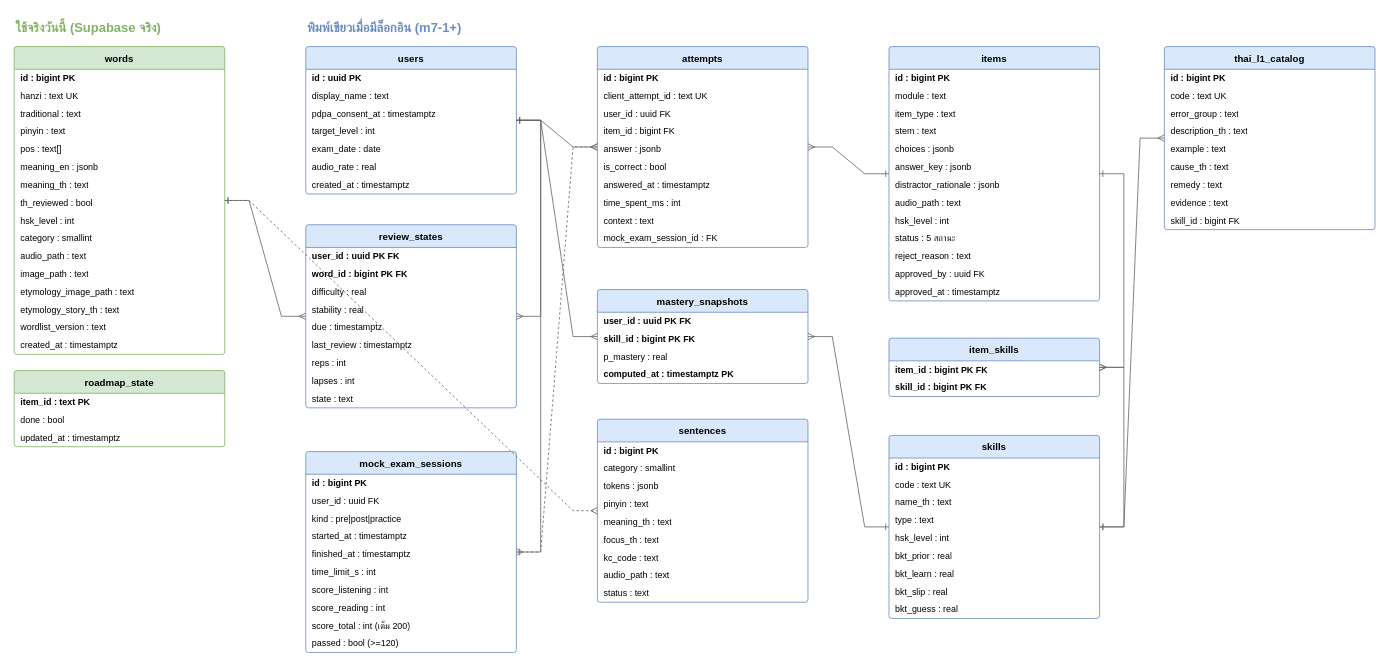
Above: docs/08_สเปค-พัฒนา/ER-星航.drawio in barbon441/Intelligent-Chinese-Tutoring-System-for-Thai-Learners (draw.io), before the change. Source tidied: cells renumbered, new cells numbered last; positions are measured from the earlier drawing's top-left corner, leaving out a move shared by most shapes. Both pictures are drawn from the tidied source at 81%, with x=0, y=0 at pixel (14, 14).
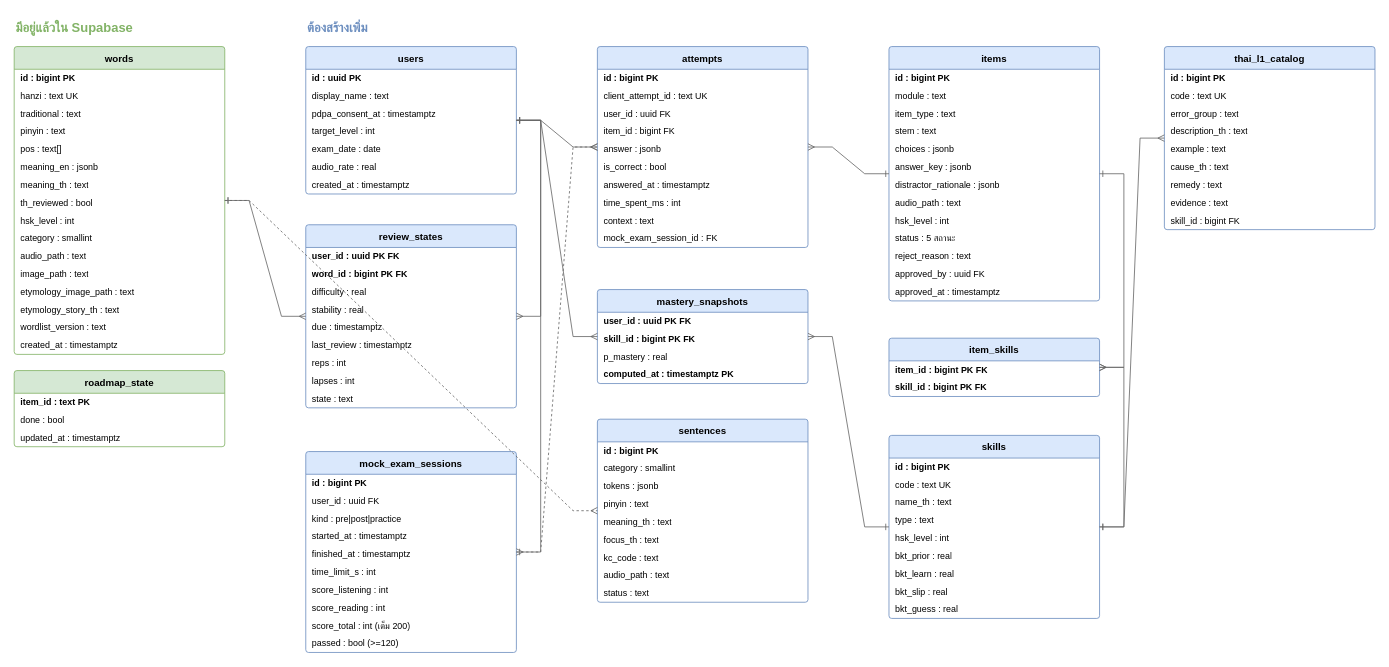
The same diagram, later.

Commit message:
ER-星航.drawio: Ball's layout pass from draw.io session

Diff of the diagram source:
```diff
@@
-    <mxCell id="127" value="ใช้จริงวันนี้ (Supabase จริง)" style="text;fontSize=16;fontStyle=1;fontColor=#82b366;" parent="1" vertex="1">
+    <mxCell id="127" value="มีอยู่แล้วใน Supabase " style="text;fontSize=16;fontStyle=1;fontColor=#82b366;" parent="1" vertex="1">
       <mxGeometry width="300" height="30" as="geometry" />
     </mxCell>
-    <mxCell id="128" value="พิมพ์เขียวเมื่อมีล็อกอิน (m7-1+)" style="text;fontSize=16;fontStyle=1;fontColor=#6c8ebf;" parent="1" vertex="1">
+    <mxCell id="128" value="ต้องสร้างเพิ่ม&#10;" style="text;fontSize=16;fontStyle=1;fontColor=#6c8ebf;" parent="1" vertex="1">
       <mxGeometry x="360" width="400" height="30" as="geometry" />
     </mxCell>
```
